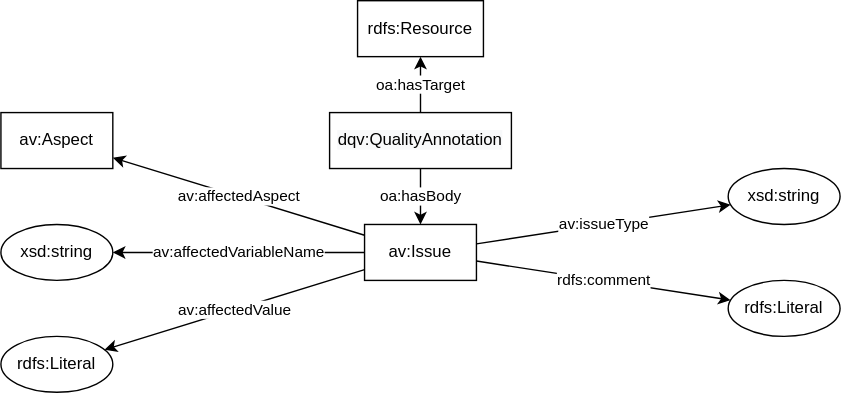
fusion-jena/abecto-vocabulary keeps this draw.io diagram as issueGraph.svg. Above is the earlier version. Source tidied: cells renumbered, new cells last; positions are measured from the earlier drawing's top-left corner, leaving out a move shared by most shapes.
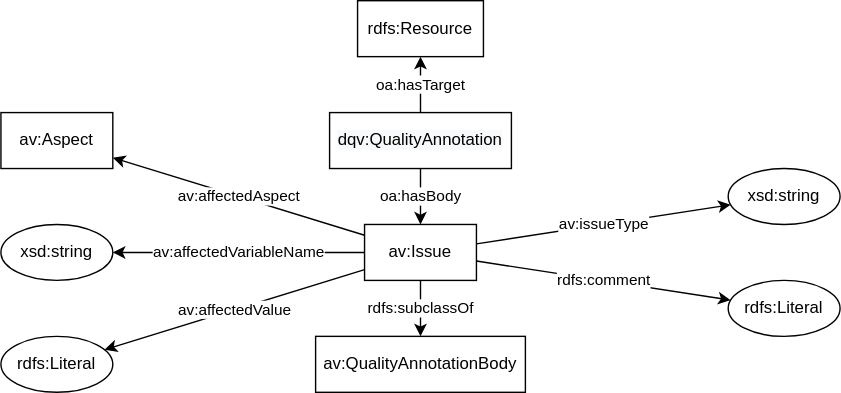
The same file after the commit.

What changed in the source:
```diff
@@ -47,5 +47,11 @@
     <mxCell id="16" value="av:affectedValue" style="edgeStyle=none;rounded=0;jettySize=auto;html=1;" parent="1" edge="1" source="4" target="15">
       <mxGeometry relative="1" as="geometry" />
     </mxCell>
+    <mxCell id="17" value="av:QualityAnnotationBody" style="whiteSpace=wrap;html=1;" parent="1" vertex="1">
+      <mxGeometry x="225" y="240" width="150" height="40" as="geometry" />
+    </mxCell>
+    <mxCell id="18" value="rdfs:subclassOf" style="edgeStyle=none;rounded=0;jettySize=auto;html=1;" parent="1" edge="1" source="4" target="17">
+      <mxGeometry relative="1" as="geometry" />
+    </mxCell>
   </root>
 </mxGraphModel>
```
